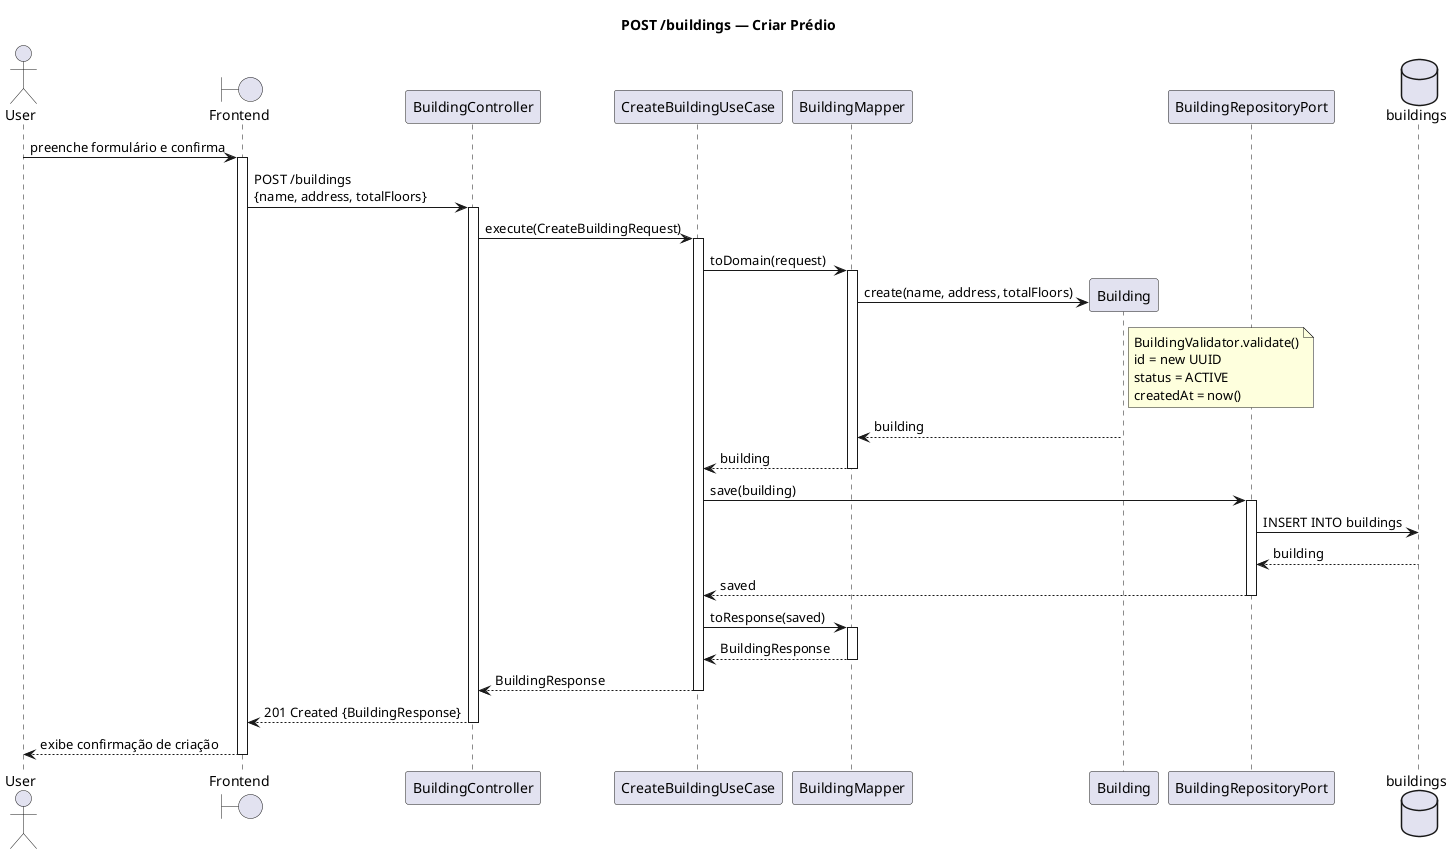
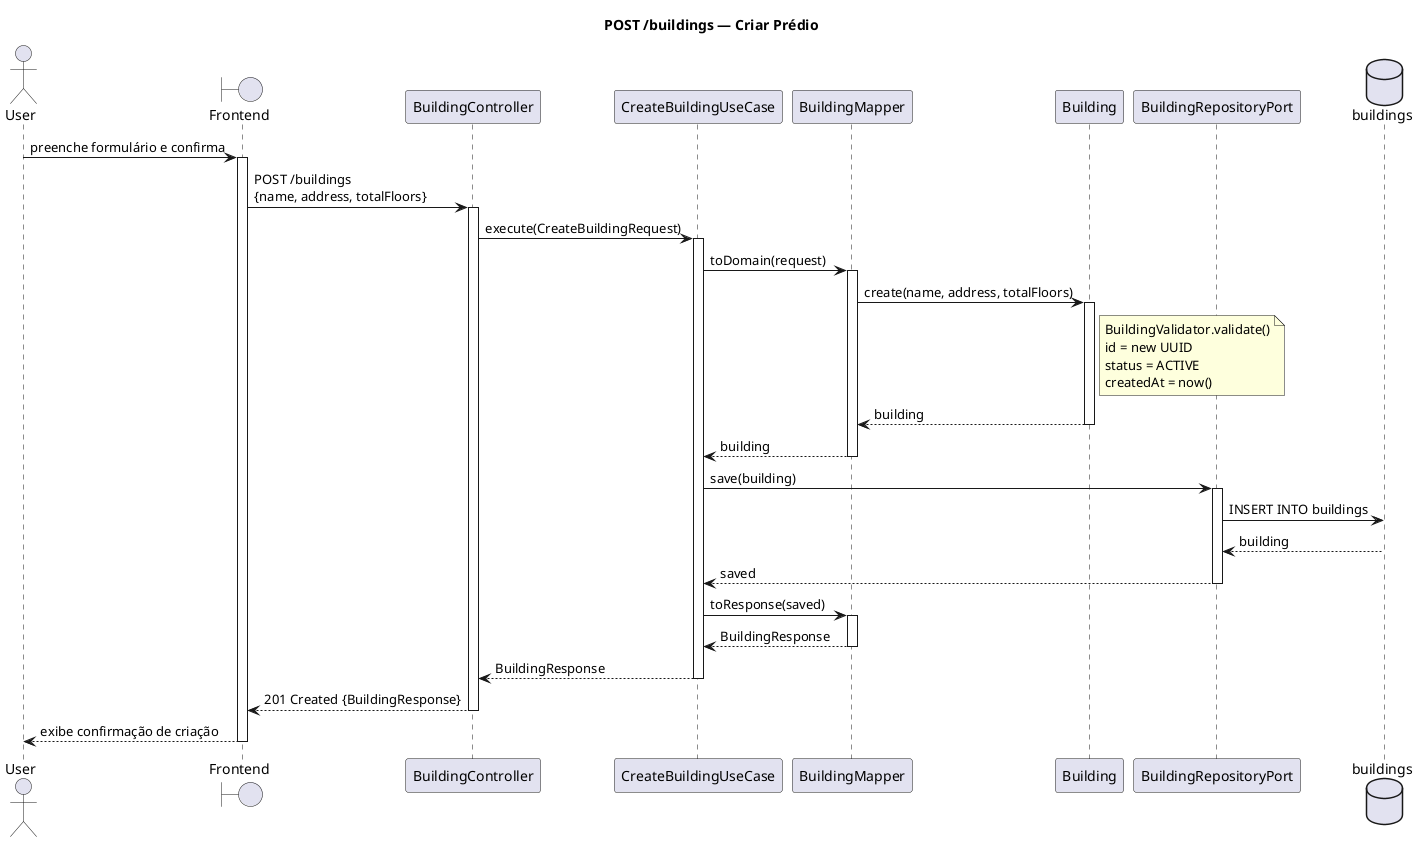
@startuml create_building

title POST /buildings — Criar Prédio

actor User
boundary "Frontend" as FE
participant "BuildingController" as Ctrl
participant "CreateBuildingUseCase" as UC
participant "BuildingMapper" as Mapper
participant "Building" as Entity
participant "BuildingRepositoryPort" as Repo
database "buildings" as DB

User -> FE: preenche formulário e confirma
activate FE
FE -> Ctrl: POST /buildings\n{name, address, totalFloors}
activate Ctrl

Ctrl -> UC: execute(CreateBuildingRequest)
activate UC

UC -> Mapper: toDomain(request)
activate Mapper
- Mapper -> Entity **: create(name, address, totalFloors)
+ Mapper -> Entity: create(name, address, totalFloors)
+ activate Entity
note right of Entity: BuildingValidator.validate()\nid = new UUID\nstatus = ACTIVE\ncreatedAt = now()
Entity --> Mapper: building
+ deactivate Entity
Mapper --> UC: building
deactivate Mapper

UC -> Repo: save(building)
activate Repo
Repo -> DB: INSERT INTO buildings
DB --> Repo: building
Repo --> UC: saved
deactivate Repo

UC -> Mapper: toResponse(saved)
activate Mapper
Mapper --> UC: BuildingResponse
deactivate Mapper

UC --> Ctrl: BuildingResponse
deactivate UC

Ctrl --> FE: 201 Created {BuildingResponse}
deactivate Ctrl
FE --> User: exibe confirmação de criação
deactivate FE

@enduml
